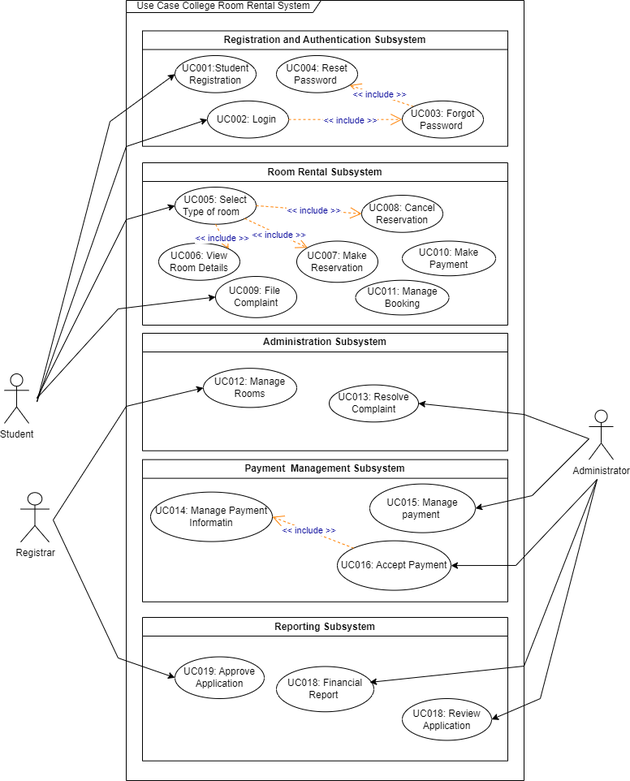
Before: project/drawio/Alpha/useCasediagram.drawio.png, a diagram exported from draw.io (drshahizan/software-engineering). Source tidied: cells renumbered, new cells last; positions are measured from the earlier drawing's top-left corner, leaving out a move shared by most shapes.
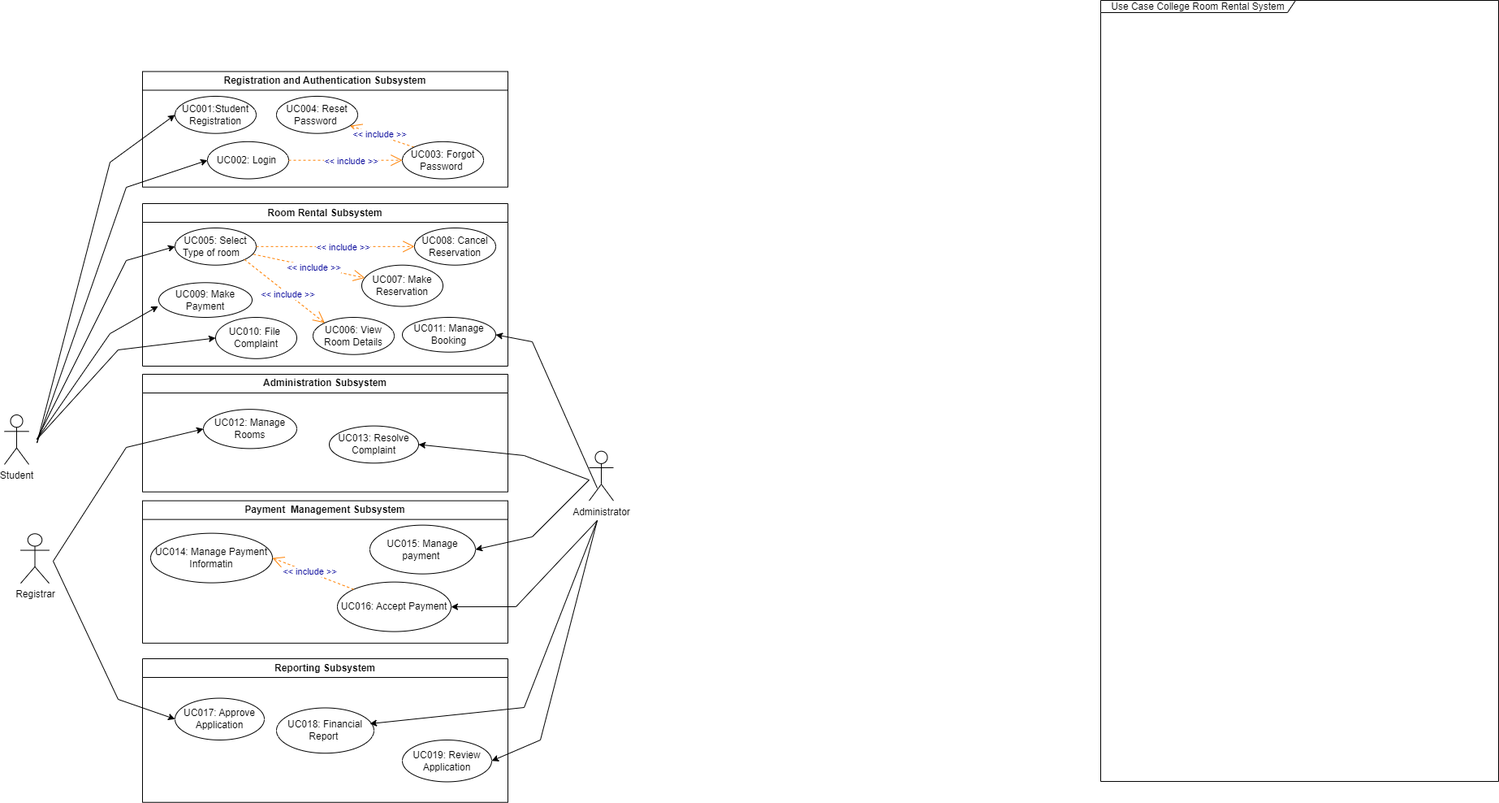
The same diagram one commit later.

What changed in the source:
```diff
@@ -27,38 +27,35 @@
       <mxGeometry x="170" y="200" width="450" height="200" as="geometry" />
     </mxCell>
     <mxCell id="10" value="UC006: View Room Details" style="ellipse;whiteSpace=wrap;html=1;" parent="9" vertex="1">
-      <mxGeometry x="20" y="99" width="100" height="45.7" as="geometry" />
+      <mxGeometry x="210" y="140" width="100" height="45.7" as="geometry" />
     </mxCell>
     <mxCell id="11" value="UC007: Make Reservation" style="ellipse;whiteSpace=wrap;html=1;" parent="9" vertex="1">
-      <mxGeometry x="190" y="96.5" width="100" height="50.8" as="geometry" />
+      <mxGeometry x="270" y="75.7" width="100" height="50.8" as="geometry" />
     </mxCell>
     <mxCell id="12" value="UC005: Select Type of room&amp;nbsp; &amp;nbsp;" style="ellipse;whiteSpace=wrap;html=1;" parent="9" vertex="1">
       <mxGeometry x="40" y="30" width="100" height="45.7" as="geometry" />
     </mxCell>
     <mxCell id="13" value="UC008: Cancel Reservation" style="ellipse;whiteSpace=wrap;html=1;" parent="9" vertex="1">
-      <mxGeometry x="270" y="40" width="100" height="45.7" as="geometry" />
+      <mxGeometry x="335" y="30" width="100" height="45.7" as="geometry" />
     </mxCell>
-    <mxCell id="14" value="&amp;lt;&amp;lt; include &amp;gt;&amp;gt;" style="endArrow=open;endSize=12;dashed=1;html=1;entryX=1;entryY=0;fontColor=#000099;strokeColor=#FF8000;entryDx=0;entryDy=0;exitX=0.5;exitY=1;exitDx=0;exitDy=0;" parent="9" edge="1" source="12" target="10">
+    <mxCell id="14" value="&amp;lt;&amp;lt; include &amp;gt;&amp;gt;" style="endArrow=open;endSize=12;dashed=1;html=1;entryX=0;entryY=0;fontColor=#000099;strokeColor=#FF8000;entryDx=0;entryDy=0;exitX=1;exitY=1;exitDx=0;exitDy=0;" parent="9" edge="1" source="12" target="10">
       <mxGeometry x="0.09" y="-1" relative="1" as="geometry" />
     </mxCell>
-    <mxCell id="15" value="&amp;lt;&amp;lt; include &amp;gt;&amp;gt;" style="endArrow=open;endSize=12;dashed=1;html=1;fontColor=#000099;strokeColor=#FF8000;exitX=1;exitY=1;exitDx=0;exitDy=0;" parent="9" edge="1" source="12" target="11">
+    <mxCell id="15" value="&amp;lt;&amp;lt; include &amp;gt;&amp;gt;" style="endArrow=open;endSize=12;dashed=1;html=1;fontColor=#000099;strokeColor=#FF8000;exitX=0.965;exitY=0.707;exitDx=0;exitDy=0;exitPerimeter=0;" parent="9" edge="1" source="12" target="11">
       <mxGeometry x="0.09" y="-1" relative="1" as="geometry" />
     </mxCell>
     <mxCell id="16" value="&amp;lt;&amp;lt; include &amp;gt;&amp;gt;" style="endArrow=open;endSize=12;dashed=1;html=1;fontColor=#000099;strokeColor=#FF8000;exitX=1;exitY=0.5;exitDx=0;exitDy=0;entryX=0;entryY=0.5;entryDx=0;entryDy=0;" parent="9" edge="1" source="12" target="13">
       <mxGeometry x="0.09" y="-1" relative="1" as="geometry" />
     </mxCell>
     <mxCell id="17" value="UC011: Manage Booking" style="ellipse;whiteSpace=wrap;html=1;" parent="9" vertex="1">
-      <mxGeometry x="262.5" y="144.7" width="115" height="42.7" as="geometry" />
+      <mxGeometry x="320" y="140" width="115" height="42.7" as="geometry" />
     </mxCell>
-    <mxCell id="18" value="UC009: File&amp;nbsp; Complaint" style="ellipse;whiteSpace=wrap;html=1;" parent="9" vertex="1">
+    <mxCell id="18" value="UC010: File&amp;nbsp; Complaint" style="ellipse;whiteSpace=wrap;html=1;" parent="9" vertex="1">
       <mxGeometry x="90" y="140" width="100" height="50.8" as="geometry" />
     </mxCell>
-    <mxCell id="19" value="UC010: Make Payment" style="ellipse;whiteSpace=wrap;html=1;" parent="9" vertex="1">
-      <mxGeometry x="320" y="96.5" width="115" height="42.7" as="geometry" />
+    <mxCell id="19" value="UC009: Make Payment" style="ellipse;whiteSpace=wrap;html=1;" parent="9" vertex="1">
+      <mxGeometry x="20" y="97.3" width="115" height="42.7" as="geometry" />
     </mxCell>
-    <mxCell id="20" value="Use Case College Room Rental System" style="shape=umlFrame;whiteSpace=wrap;html=1;width=240;height=15;" parent="9" vertex="1">
-      <mxGeometry x="-20" y="-200" width="490" height="961" as="geometry" />
-    </mxCell>
     <mxCell id="21" value="Payment&amp;nbsp; Management Subsystem" style="swimlane;whiteSpace=wrap;html=1;" parent="1" vertex="1">
       <mxGeometry x="170" y="565.6" width="450" height="175.2" as="geometry" />
     </mxCell>
@@ -77,13 +74,13 @@
     <mxCell id="26" value="Reporting Subsystem" style="swimlane;whiteSpace=wrap;html=1;" parent="1" vertex="1">
       <mxGeometry x="170" y="760" width="450" height="176.7" as="geometry" />
     </mxCell>
-    <mxCell id="27" value="UC018: Review Application" style="ellipse;whiteSpace=wrap;html=1;" parent="26" vertex="1">
+    <mxCell id="27" value="UC019: Review Application" style="ellipse;whiteSpace=wrap;html=1;" parent="26" vertex="1">
       <mxGeometry x="320" y="100" width="110" height="51.4" as="geometry" />
     </mxCell>
     <mxCell id="28" value="UC018: Financial Report&amp;nbsp;" style="ellipse;whiteSpace=wrap;html=1;" parent="26" vertex="1">
       <mxGeometry x="165" y="60.5" width="120" height="55.7" as="geometry" />
     </mxCell>
-    <mxCell id="29" value="UC019: Approve Application" style="ellipse;whiteSpace=wrap;html=1;" parent="26" vertex="1">
+    <mxCell id="29" value="UC017: Approve Application" style="ellipse;whiteSpace=wrap;html=1;" parent="26" vertex="1">
       <mxGeometry x="40" y="48.6" width="110" height="51.4" as="geometry" />
     </mxCell>
     <mxCell id="30" value="Registrar" style="shape=umlActor;verticalLabelPosition=bottom;verticalAlign=top;html=1;" parent="1" vertex="1">
@@ -177,6 +174,9 @@
         </Array>
       </mxGeometry>
     </mxCell>
+    <mxCell id="20" value="Use Case College Room Rental System" style="shape=umlFrame;whiteSpace=wrap;html=1;width=240;height=15;" parent="1" vertex="1">
+      <mxGeometry x="1350" y="-50" width="490" height="961" as="geometry" />
+    </mxCell>
     <mxCell id="45" style="endArrow=classic;html=1;rounded=0;entryX=0;entryY=0.5;entryDx=0;entryDy=0;" parent="1" edge="1" target="33">
       <mxGeometry relative="1" as="geometry">
         <mxPoint x="60" y="640" as="sourcePoint" />
@@ -193,5 +193,21 @@
         </Array>
       </mxGeometry>
     </mxCell>
+    <mxCell id="47" style="endArrow=classic;html=1;rounded=0;entryX=-0.007;entryY=0.68;entryDx=0;entryDy=0;entryPerimeter=0;" parent="1" edge="1" target="19">
+      <mxGeometry relative="1" as="geometry">
+        <mxPoint x="40" y="490" as="sourcePoint" />
+        <Array as="points">
+          <mxPoint x="130" y="360" />
+        </Array>
+      </mxGeometry>
+    </mxCell>
+    <mxCell id="48" style="endArrow=classic;html=1;rounded=0;entryX=1;entryY=0.5;entryDx=0;entryDy=0;" parent="1" edge="1" target="17">
+      <mxGeometry relative="1" as="geometry">
+        <mxPoint x="730" y="550" as="sourcePoint" />
+        <Array as="points">
+          <mxPoint x="650" y="370" />
+        </Array>
+      </mxGeometry>
+    </mxCell>
   </root>
 </mxGraphModel>
```
